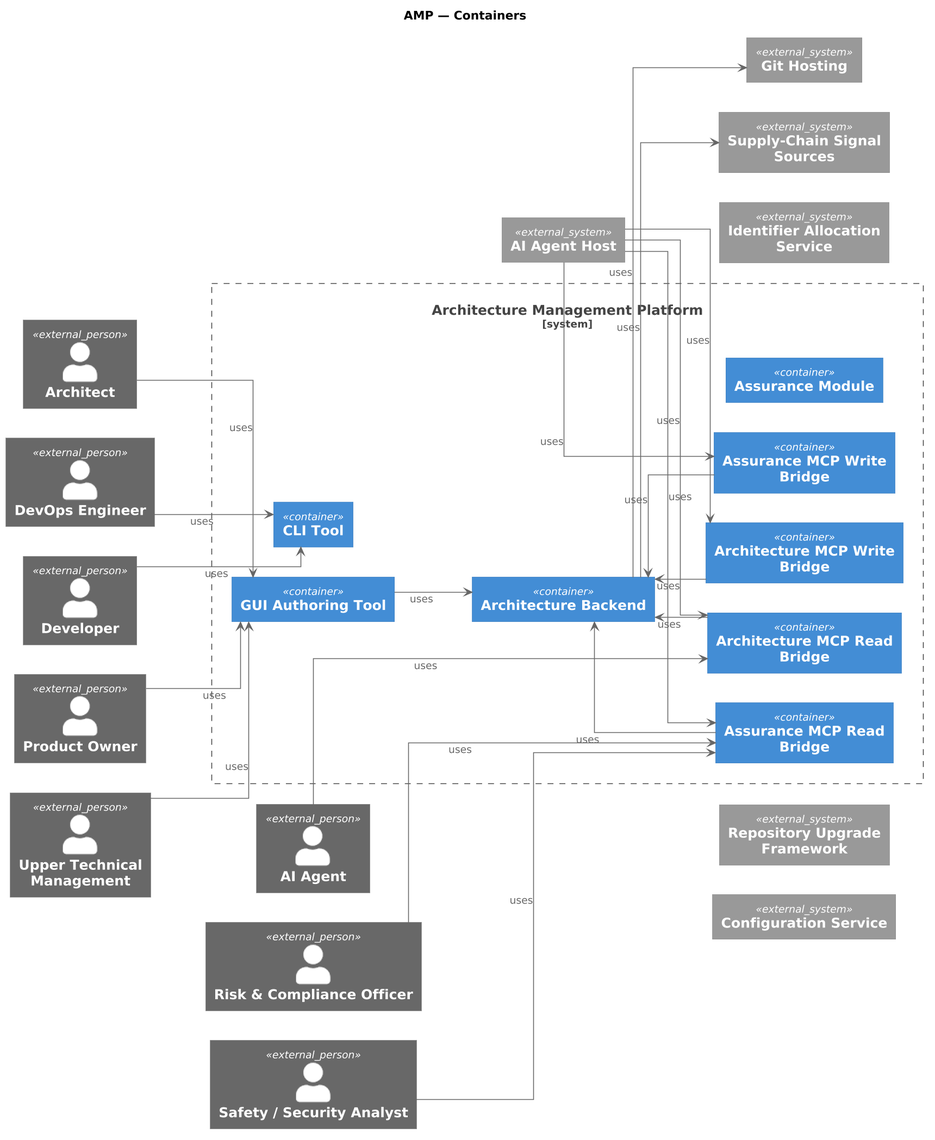
Above: engagements/ENG-ARCH-REPO/architecture-repository/diagram-catalog/rendered/platform-core/CC@1780829785.Z_fI-N.amp-containers.png in mbauer83/architectonic (PlantUML), before the change.
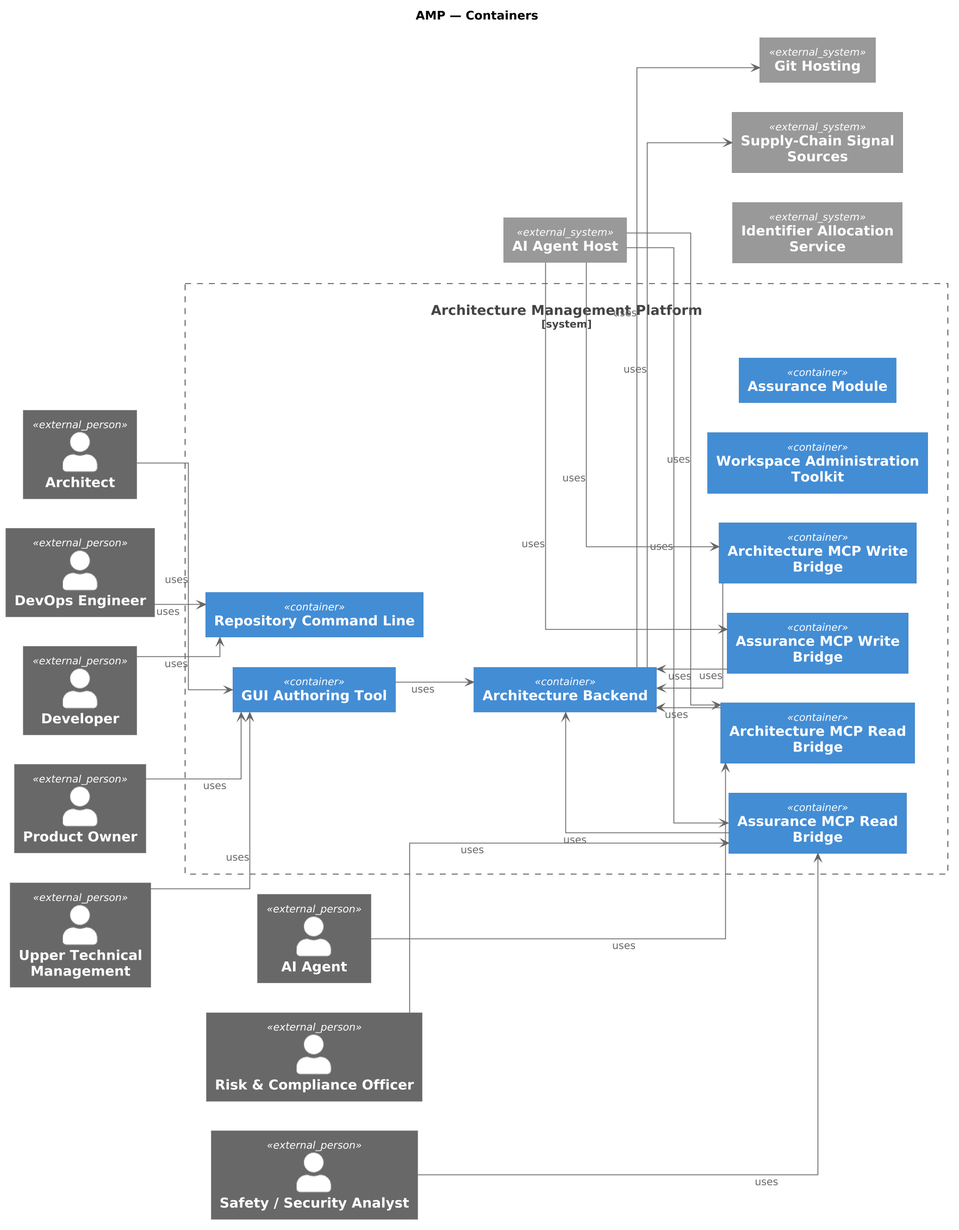
After the change.

The edit, as a diff of the source:
```diff
@@ -11,13 +11,14 @@
 title AMP — Containers
 
 System_Boundary(APP_hkrdtm, "Architecture Management Platform") {
-  Container(APP_kjC6ex, "CLI Tool", "")
+  Container(APP_kjC6ex, "Repository Command Line", "")
   Container(APP_lmO0mp, "GUI Authoring Tool", "")
   Container(APP_OYEmP1, "Architecture Backend", "")
   Container(APP_Ne0utf, "Architecture MCP Read Bridge", "")
   Container(APP_etTj9M, "Architecture MCP Write Bridge", "")
   Container(APP_iu_kKL, "Assurance MCP Read Bridge", "")
   Container(APP_js9xHR, "Assurance MCP Write Bridge", "")
+  Container(APP_Ir9SkCr, "Workspace Administration Toolkit", "")
   Container(GRP_rW_2nX, "Assurance Module", "")
   APP_kjC6ex -[hidden]right- APP_lmO0mp
   APP_lmO0mp -[hidden]right- APP_OYEmP1
@@ -25,7 +26,8 @@
   APP_Ne0utf -[hidden]right- APP_etTj9M
   APP_etTj9M -[hidden]right- APP_iu_kKL
   APP_iu_kKL -[hidden]right- APP_js9xHR
-  APP_js9xHR -[hidden]right- GRP_rW_2nX
+  APP_js9xHR -[hidden]right- APP_Ir9SkCr
+  APP_Ir9SkCr -[hidden]right- GRP_rW_2nX
 
 }
 
@@ -38,11 +40,9 @@
 System_Ext(APP_Je9pmw, "Git Hosting")
 System_Ext(APP_JqIBPJ, "Supply-Chain Signal Sources")
 System_Ext(APP_AeU7V3, "Identifier Allocation Service")
-System_Ext(APP_OZbaBh, "Repository Upgrade Framework")
 Person_Ext(ROL_udXPfB, "AI Agent")
 Person_Ext(ROL_abNYhO, "Risk & Compliance Officer")
 Person_Ext(ROL_yswDMB, "Safety / Security Analyst")
-System_Ext(SRV_e5MCiF, "Configuration Service")
 
 ACT_Nn7Oo7 -[hidden]right- ACT_OLWiNc
 ACT_OLWiNc -[hidden]right- ACT_Pp8Qq8
@@ -56,8 +56,6 @@
 APP_v6AXNw -[hidden]right- APP_Je9pmw
 APP_Je9pmw -[hidden]right- APP_JqIBPJ
 APP_JqIBPJ -[hidden]right- APP_AeU7V3
-APP_AeU7V3 -[hidden]right- APP_OZbaBh
-APP_OZbaBh -[hidden]right- SRV_e5MCiF
 
 
 ACT_Nn7Oo7 --> APP_lmO0mp : uses
```
